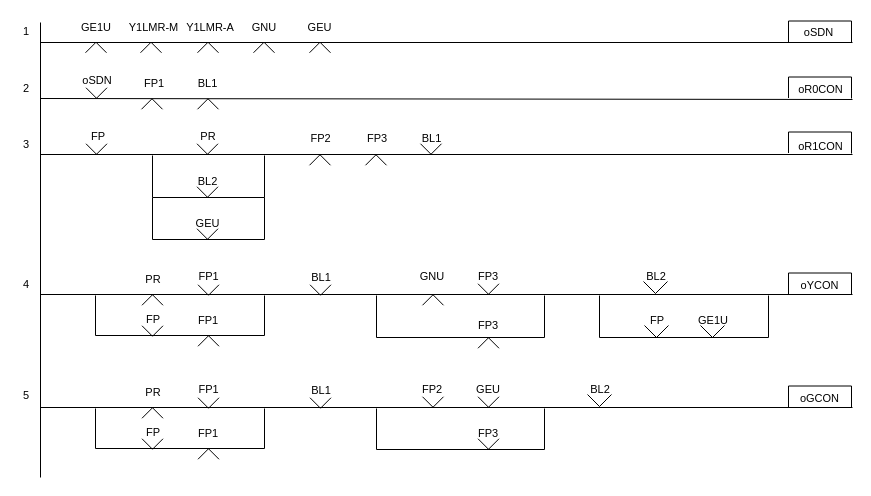
Before: page "신호현시로직(최종)" (2 of 8) of Signal/4Display-Signal-Control-Logic.drawio in chillin2/MyDraw.io, a draw.io diagram. Source tidied: cells renumbered, new cells numbered last; positions are measured from the earlier drawing's top-left corner, leaving out a move shared by most shapes. Both pictures are drawn from the tidied source at 100%, with x=0, y=0 at pixel (17, 17).
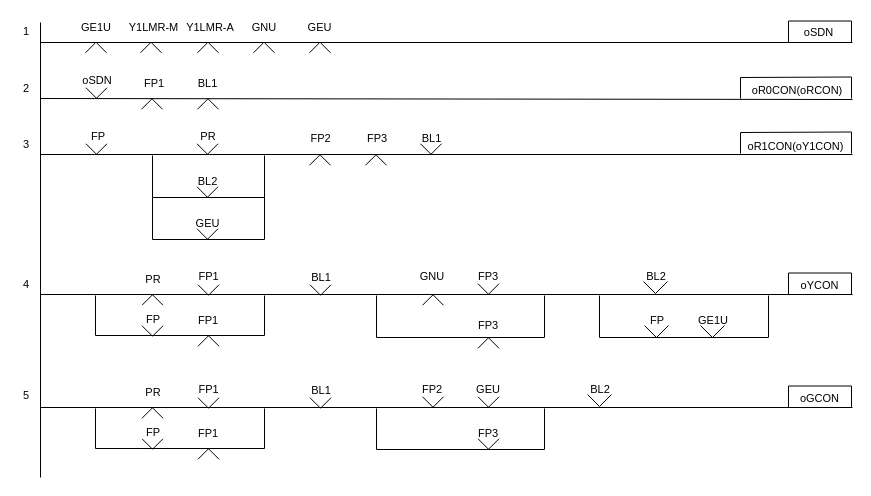
After the change.

Change to the diagram source:
```diff
@@
-    <mxCell id="12" value="oR0CON" style="text;html=1;strokeColor=none;fillColor=none;align=center;verticalAlign=middle;whiteSpace=wrap;rounded=0;fontFamily=Helvetica;fontSize=11;fontColor=default;" parent="1" vertex="1">
-      <mxGeometry x="780" y="65" width="47" height="13" as="geometry" />
+    <mxCell id="12" value="&amp;nbsp;oR0CON(oRCON)" style="text;html=1;strokeColor=none;fillColor=none;align=center;verticalAlign=middle;whiteSpace=wrap;rounded=0;fontFamily=Helvetica;fontSize=11;fontColor=default;" parent="1" vertex="1">
+      <mxGeometry x="730" y="68" width="97" height="10" as="geometry" />
     </mxCell>
@@
-    <mxCell id="17" value="oR1CON" style="text;html=1;strokeColor=none;fillColor=none;align=center;verticalAlign=middle;whiteSpace=wrap;rounded=0;fontFamily=Helvetica;fontSize=11;fontColor=default;" parent="1" vertex="1">
-      <mxGeometry x="780" y="122" width="47" height="13" as="geometry" />
+    <mxCell id="17" value="oR1CON(oY1CON)" style="text;html=1;strokeColor=none;fillColor=none;align=center;verticalAlign=middle;whiteSpace=wrap;rounded=0;fontFamily=Helvetica;fontSize=11;fontColor=default;" parent="1" vertex="1">
+      <mxGeometry x="730" y="122" width="97" height="13" as="geometry" />
     </mxCell>
@@
     <mxCell id="58" style="endArrow=none;html=1;rounded=0;labelBackgroundColor=default;fontFamily=Helvetica;fontSize=11;fontColor=default;startSize=3;endSize=3;sourcePerimeterSpacing=0;strokeColor=default;shape=connector;jumpStyle=none;jumpSize=6;" parent="1" edge="1">
       <mxGeometry relative="1" as="geometry">
-        <mxPoint x="771" y="80.5" as="sourcePoint" />
+        <mxPoint x="723" y="81" as="sourcePoint" />
         <mxPoint x="834" y="81" as="targetPoint" />
         <Array as="points">
-          <mxPoint x="771" y="59.5" />
+          <mxPoint x="723" y="60" />
           <mxPoint x="834" y="59.5" />
         </Array>
       </mxGeometry>
     </mxCell>
@@
-    <mxCell id="60" style="endArrow=none;html=1;rounded=0;labelBackgroundColor=default;fontFamily=Helvetica;fontSize=11;fontColor=default;startSize=3;endSize=3;sourcePerimeterSpacing=0;strokeColor=default;shape=connector;jumpStyle=none;jumpSize=6;" parent="1" edge="1">
-      <mxGeometry relative="1" as="geometry">
-        <mxPoint x="771" y="135.5" as="sourcePoint" />
-        <mxPoint x="834" y="136" as="targetPoint" />
-        <Array as="points">
-          <mxPoint x="771" y="114.5" />
-          <mxPoint x="834" y="114.5" />
-        </Array>
-      </mxGeometry>
-    </mxCell>
@@
+    <mxCell id="100" style="endArrow=none;html=1;rounded=0;labelBackgroundColor=default;fontFamily=Helvetica;fontSize=11;fontColor=default;startSize=3;endSize=3;sourcePerimeterSpacing=0;strokeColor=default;shape=connector;jumpStyle=none;jumpSize=6;" parent="1" edge="1">
+      <mxGeometry relative="1" as="geometry">
+        <mxPoint x="723" y="136" as="sourcePoint" />
+        <mxPoint x="834" y="136" as="targetPoint" />
+        <Array as="points">
+          <mxPoint x="723" y="115" />
+          <mxPoint x="834" y="114.5" />
+        </Array>
+      </mxGeometry>
+    </mxCell>
```
